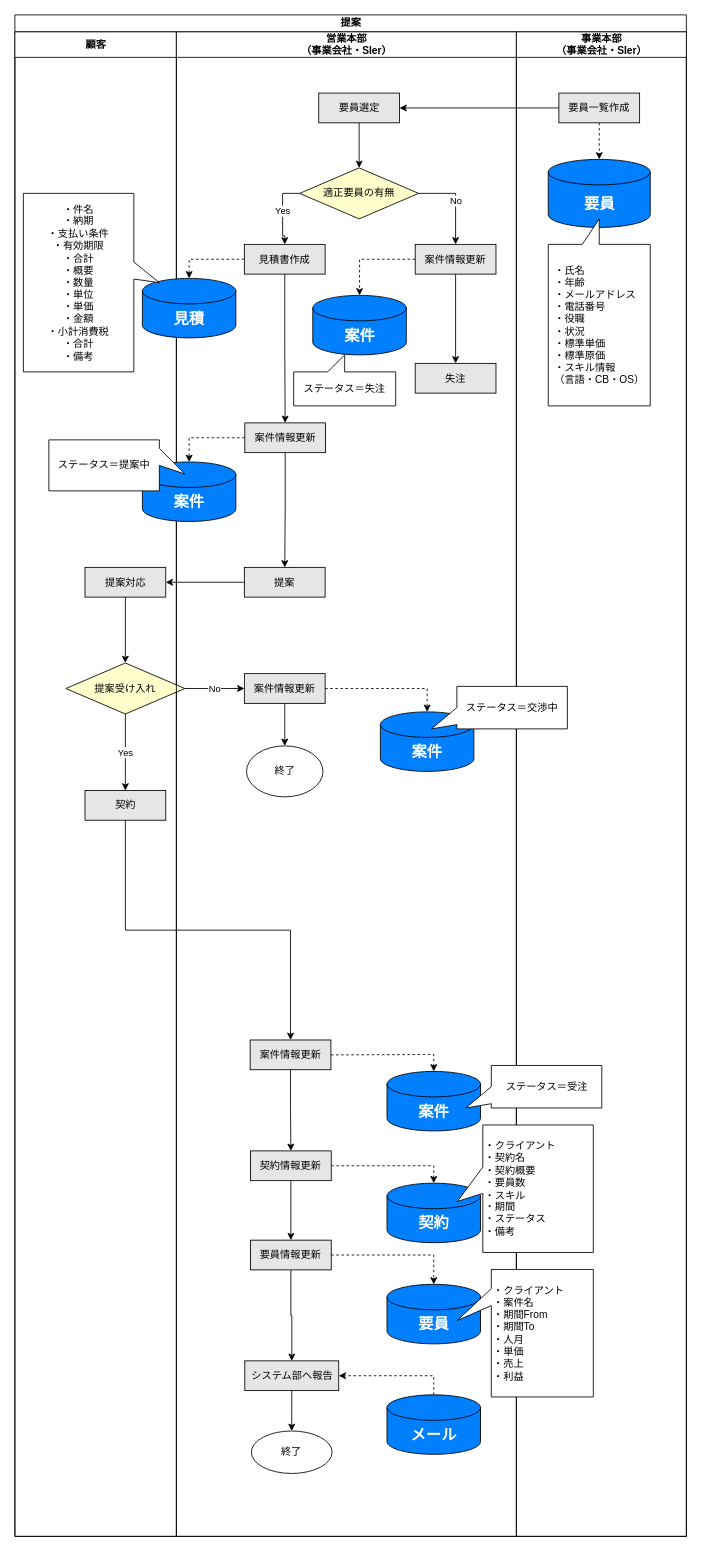
Above: page "提案" (4 of 6) of 20230622To-Be業務フロー図.drawio in TaikiHorita/TaikiRepository (draw.io), before the change. Source tidied: cells renumbered, new cells numbered last; positions are measured from the earlier drawing's top-left corner, leaving out a move shared by most shapes. Both pictures are drawn from the tidied source at 85%, with x=0, y=0 at pixel (14, 14).
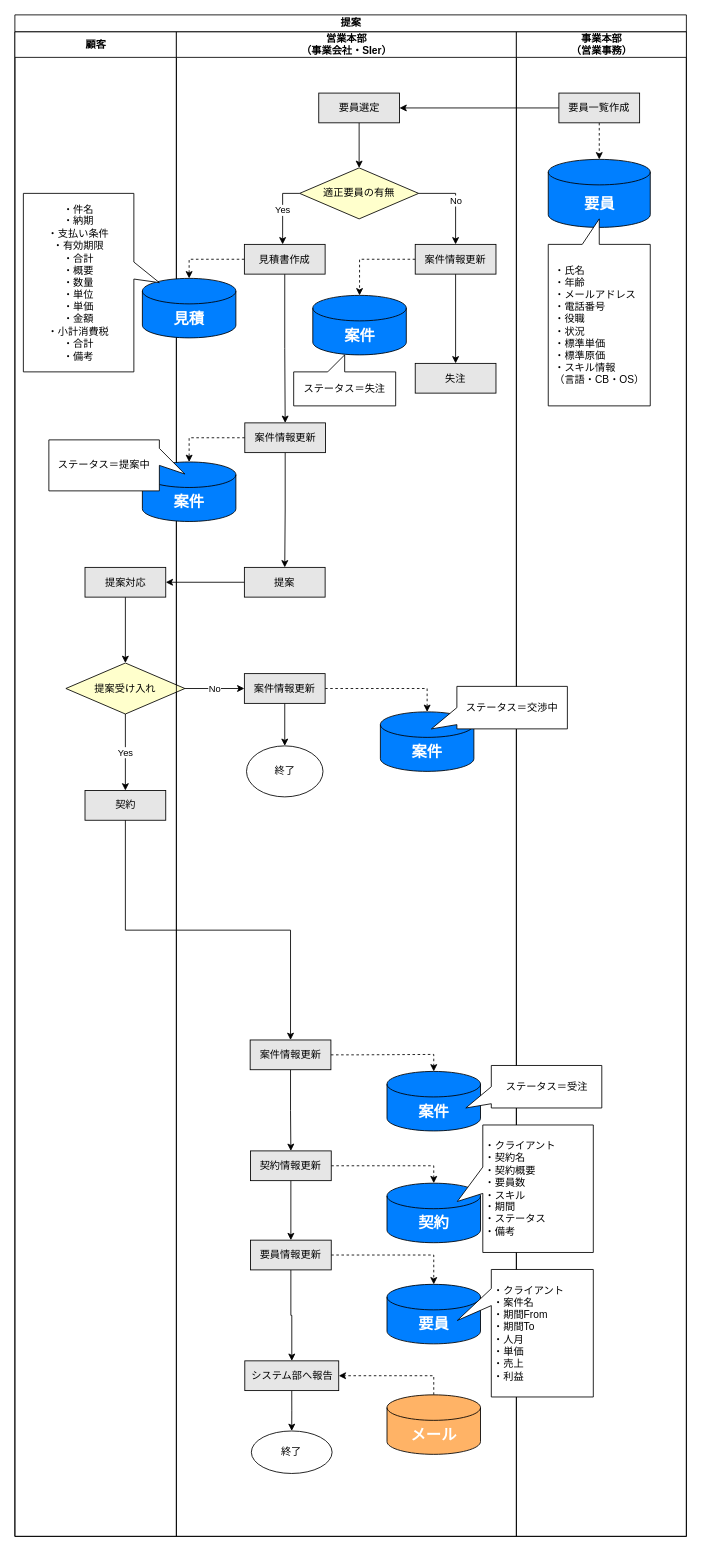
The same page after the edit.

Unchanged cells that the change refers to:
```xml
<mxCell id="2" value="提案" style="swimlane;startSize=20;html=1;" parent="1" vertex="1">
  <mxGeometry width="790" height="1790" as="geometry" />
</mxCell>
<mxCell id="13" value="営業本部&lt;br&gt;（事業会社・SIer）" style="swimlane;startSize=30;html=1;" parent="2" vertex="1">
  <mxGeometry x="190" y="20" width="400" height="1770" as="geometry" />
</mxCell>
<mxCell id="15" value="適正要員の有無" style="rhombus;whiteSpace=wrap;html=1;fillColor=#FFFFCC;" parent="13" vertex="1">
  <mxGeometry x="145" y="160" width="140" height="60" as="geometry" />
</mxCell>
<mxCell id="30" value="見積書作成" style="rounded=0;whiteSpace=wrap;html=1;fillColor=#E6E6E6;" parent="13" vertex="1">
  <mxGeometry x="80" y="250" width="95" height="35" as="geometry" />
</mxCell>
```

What changed in the source:
```diff
@@
-    <mxCell id="14" value="Yes" style="edgeStyle=orthogonalEdgeStyle;rounded=0;jettySize=auto;html=1;exitX=0;exitY=0.5;exitDx=0;exitDy=0;entryX=0.5;entryY=0;entryDx=0;entryDy=0;" parent="13" edge="1" source="15" target="30">
-      <mxGeometry relative="1" as="geometry" />
+    <mxCell id="14" value="Yes" style="edgeStyle=orthogonalEdgeStyle;rounded=0;jettySize=auto;html=1;exitX=0;exitY=0.5;exitDx=0;exitDy=0;" parent="13" edge="1" source="15">
+      <mxGeometry relative="1" as="geometry">
+        <mxPoint x="125" y="250" as="targetPoint" />
+      </mxGeometry>
     </mxCell>
@@
-    <mxCell id="26" value="&lt;font color=&quot;#ffffff&quot;&gt;&lt;span style=&quot;font-size: 18px;&quot;&gt;&lt;b&gt;メール&lt;/b&gt;&lt;/span&gt;&lt;/font&gt;" style="shape=cylinder3;whiteSpace=wrap;html=1;boundedLbl=1;backgroundOutline=1;size=15;fillColor=#007FFF;" parent="13" vertex="1">
+    <mxCell id="26" value="&lt;font color=&quot;#ffffff&quot;&gt;&lt;span style=&quot;font-size: 18px;&quot;&gt;&lt;b&gt;メール&lt;/b&gt;&lt;/span&gt;&lt;/font&gt;" style="shape=cylinder3;whiteSpace=wrap;html=1;boundedLbl=1;backgroundOutline=1;size=15;fillColor=#FFB366;" parent="13" vertex="1">
       <mxGeometry x="247.8" y="1603.5" width="110" height="70" as="geometry" />
     </mxCell>
@@
-    <mxCell id="57" value="事業本部&lt;br&gt;（事業会社・SIer）" style="swimlane;startSize=30;html=1;" parent="2" vertex="1">
+    <mxCell id="57" value="事業本部&lt;br&gt;（営業事務）" style="swimlane;startSize=30;html=1;" parent="2" vertex="1">
       <mxGeometry x="590" y="20" width="200" height="1770" as="geometry" />
     </mxCell>
```
